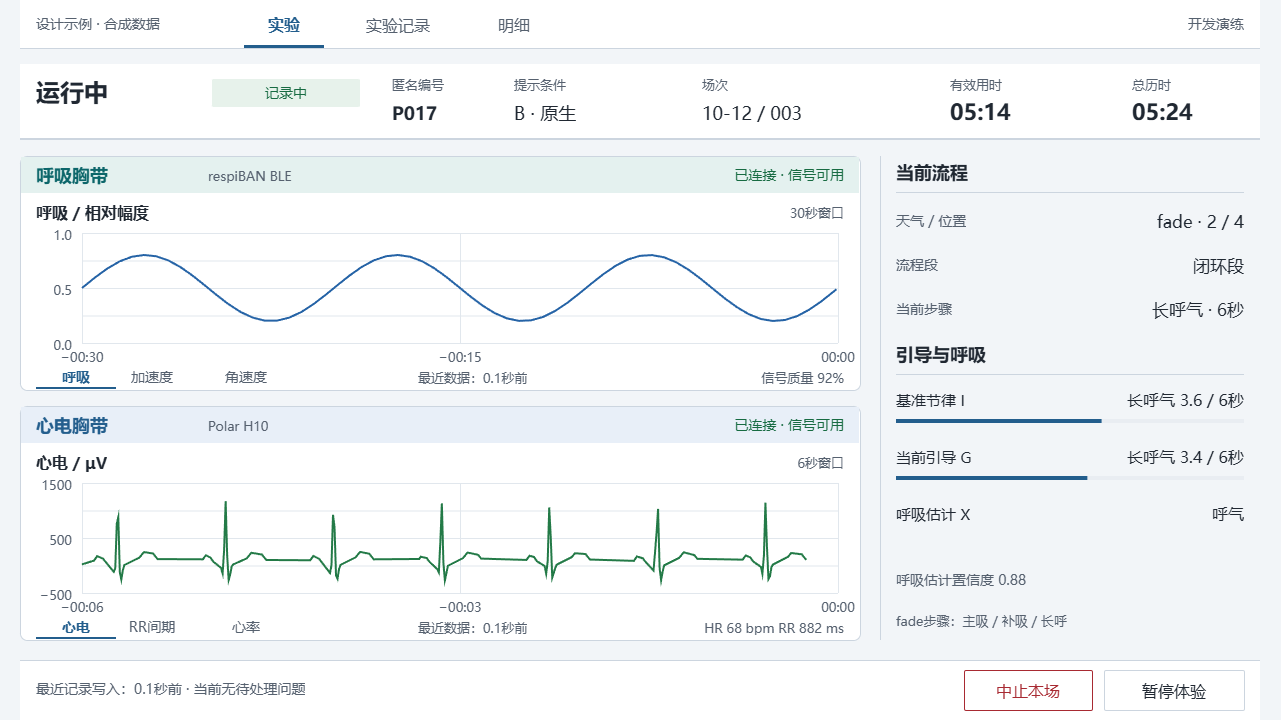
JunyeFu/Emotional-Healing-System keeps this draw.io diagram as human/deliverables/t01-workbench-design-20261012/04-running.drawio.png. Above is the earlier version. Source tidied: cells renumbered, new cells last; positions are measured from the earlier drawing's top-left corner, leaving out a move shared by most shapes.
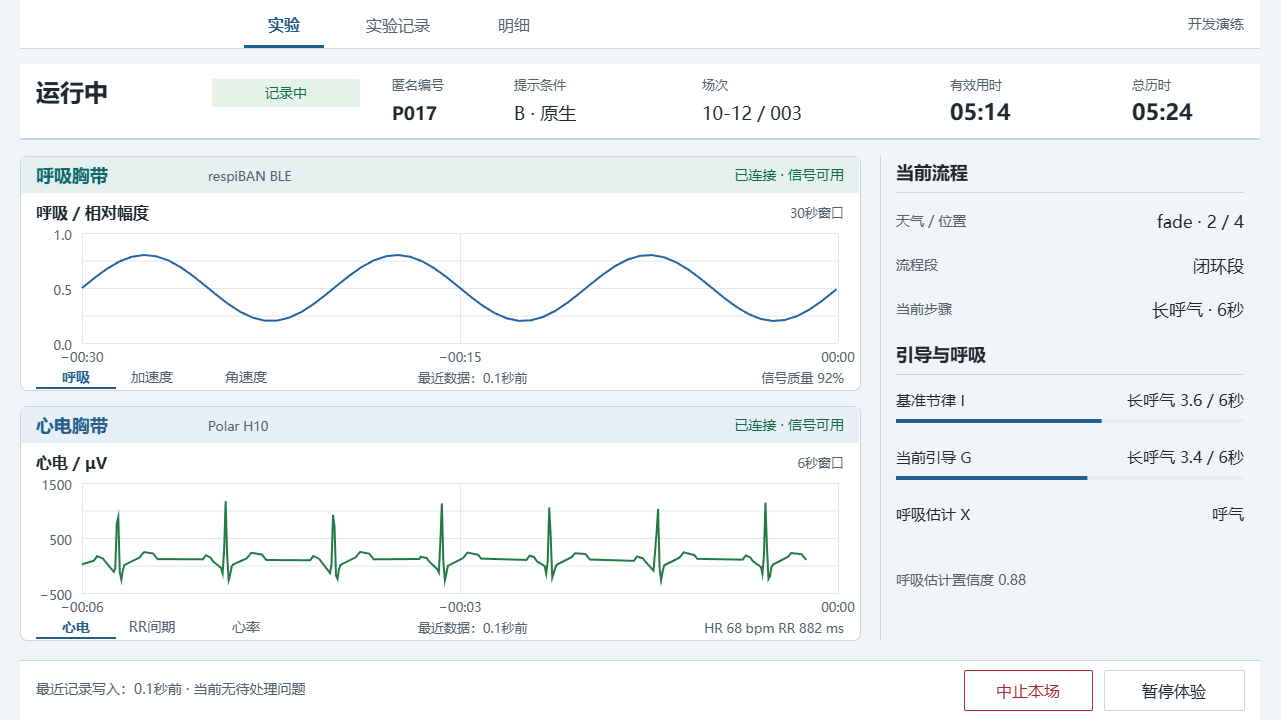
After the change.

Change to the diagram source:
```diff
@@ -8,9 +8,6 @@
     <mxCell id="3" style="rounded=0;arcSize=0;fillColor=#FFFFFF;strokeColor=none;fontColor=#202832;fontSize=16;fontFamily=Microsoft YaHei;align=left;verticalAlign=middle;whiteSpace=wrap;html=0;spacingLeft=12;spacingRight=12;" parent="1" vertex="1">
       <mxGeometry x="20" width="1240" height="48" as="geometry" />
     </mxCell>
-    <mxCell id="4" value="设计示例 · 合成数据" style="text;html=0;strokeColor=none;fillColor=none;whiteSpace=wrap;overflow=hidden;fontFamily=Microsoft YaHei;fontSize=14;fontColor=#56616F;fontStyle=0;align=left;verticalAlign=middle;spacing=0;" parent="1" vertex="1">
-      <mxGeometry x="36" y="10" width="190" height="28" as="geometry" />
-    </mxCell>
     <mxCell id="5" value="实验" style="text;html=0;strokeColor=none;fillColor=none;whiteSpace=wrap;overflow=hidden;fontFamily=Microsoft YaHei;fontSize=16;fontColor=#235E8D;fontStyle=1;align=center;verticalAlign=middle;spacing=0;" parent="1" vertex="1">
       <mxGeometry x="244" y="10" width="80" height="28" as="geometry" />
     </mxCell>
@@ -884,9 +881,6 @@
     <mxCell id="104" value="呼吸估计置信度 0.88" style="text;html=0;strokeColor=none;fillColor=none;whiteSpace=wrap;overflow=hidden;fontFamily=Microsoft YaHei;fontSize=14;fontColor=#56616F;fontStyle=0;align=left;verticalAlign=middle;spacing=0;" parent="1" vertex="1">
       <mxGeometry x="896" y="566" width="348" height="28" as="geometry" />
     </mxCell>
-    <mxCell id="105" value="fade步骤：主吸 / 补吸 / 长呼" style="text;html=0;strokeColor=none;fillColor=none;whiteSpace=wrap;overflow=hidden;fontFamily=Microsoft YaHei;fontSize=13;fontColor=#56616F;fontStyle=0;align=left;verticalAlign=middle;spacing=0;" parent="1" vertex="1">
-      <mxGeometry x="896" y="606" width="348" height="28" as="geometry" />
-    </mxCell>
     <mxCell id="106" value="最近记录写入：0.1秒前 · 当前无待处理问题" style="text;html=0;strokeColor=none;fillColor=none;whiteSpace=wrap;overflow=hidden;fontFamily=Microsoft YaHei;fontSize=14;fontColor=#56616F;fontStyle=0;align=left;verticalAlign=middle;spacing=0;" parent="1" vertex="1">
       <mxGeometry x="36" y="674" width="720" height="30" as="geometry" />
     </mxCell>
```
